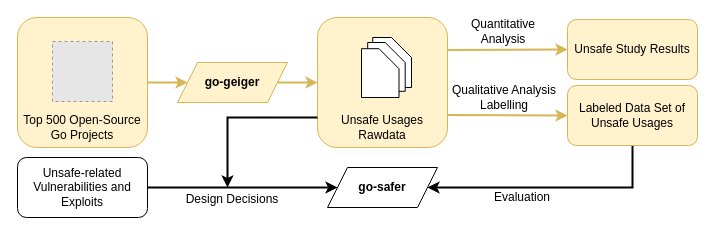
Before: thesis/assets/figures/chapter4/outline4.drawio in jlauinger/master-of-science, a draw.io diagram. Source tidied: cells renumbered, new cells numbered last; positions are measured from the earlier drawing's top-left corner, leaving out a move shared by most shapes. Both pictures are drawn from the tidied source at 100%, with x=0, y=0 at pixel (17, 17). Pictures stored in the file or linked from it are replaced by grey dashed boxes.
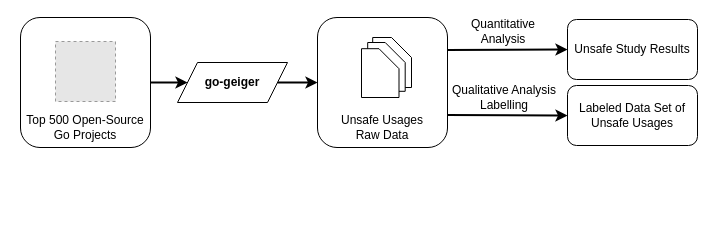
The same diagram, later.

Change to the diagram source:
```diff
@@
-    <mxCell id="2" style="edgeStyle=orthogonalEdgeStyle;rounded=0;jettySize=auto;html=1;exitX=1;exitY=0.5;exitDx=0;exitDy=0;entryX=0;entryY=0.5;entryDx=0;entryDy=0;strokeWidth=2;fillColor=#fff2cc;strokeColor=#d6b656;" parent="1" edge="1" source="3" target="11">
-      <mxGeometry relative="1" as="geometry" />
-    </mxCell>
+    <mxCell id="29" style="edgeStyle=orthogonalEdgeStyle;rounded=0;jettySize=auto;html=1;exitX=1;exitY=0.5;exitDx=0;exitDy=0;entryX=0;entryY=0.5;entryDx=0;entryDy=0;strokeWidth=2;" parent="1" edge="1" source="3" target="35">
+      <mxGeometry relative="1" as="geometry" />
+    </mxCell>
-    <mxCell id="3" value="&lt;b&gt;go-geiger&lt;/b&gt;" style="shape=parallelogram;perimeter=parallelogramPerimeter;whiteSpace=wrap;html=1;fixedSize=1;fillColor=#fff2cc;strokeColor=#d6b656;" parent="1" vertex="1">
+    <mxCell id="3" value="&lt;b&gt;go-geiger&lt;/b&gt;" style="shape=parallelogram;perimeter=parallelogramPerimeter;whiteSpace=wrap;html=1;fixedSize=1;" parent="1" vertex="1">
       <mxGeometry x="160" y="45" width="110" height="40" as="geometry" />
     </mxCell>
-    <mxCell id="4" value="&lt;b&gt;go-safer&lt;/b&gt;" style="shape=parallelogram;perimeter=parallelogramPerimeter;whiteSpace=wrap;html=1;fixedSize=1;" parent="1" vertex="1">
-      <mxGeometry x="310" y="150" width="110" height="40" as="geometry" />
-    </mxCell>
-    <mxCell id="5" style="edgeStyle=none;rounded=0;jettySize=auto;html=1;exitX=1;exitY=0.5;exitDx=0;exitDy=0;entryX=0;entryY=0.5;entryDx=0;entryDy=0;strokeWidth=2;" parent="1" edge="1" source="6" target="4">
-      <mxGeometry relative="1" as="geometry" />
-    </mxCell>
-    <mxCell id="6" value="Unsafe-related Vulnerabilities and Exploits" style="rounded=1;whiteSpace=wrap;html=1;" parent="1" vertex="1">
-      <mxGeometry y="140" width="130" height="60" as="geometry" />
-    </mxCell>
-    <mxCell id="7" style="edgeStyle=orthogonalEdgeStyle;rounded=0;jettySize=auto;html=1;exitX=0.5;exitY=1;exitDx=0;exitDy=0;entryX=1;entryY=0.5;entryDx=0;entryDy=0;strokeWidth=2;" parent="1" edge="1" source="8" target="4">
-      <mxGeometry relative="1" as="geometry">
-        <Array as="points">
-          <mxPoint x="615" y="170" />
-        </Array>
-      </mxGeometry>
-    </mxCell>
-    <mxCell id="8" value="Labeled Data Set of Unsafe Usages" style="rounded=1;whiteSpace=wrap;html=1;fillColor=#fff2cc;strokeColor=#d6b656;" parent="1" vertex="1">
+    <mxCell id="8" value="Labeled Data Set of Unsafe Usages" style="rounded=1;whiteSpace=wrap;html=1;" parent="1" vertex="1">
       <mxGeometry x="550" y="68" width="130" height="60" as="geometry" />
     </mxCell>
-    <mxCell id="9" value="Unsafe Study Results" style="rounded=1;whiteSpace=wrap;html=1;fillColor=#fff2cc;strokeColor=#d6b656;" parent="1" vertex="1">
+    <mxCell id="9" value="Unsafe Study Results" style="rounded=1;whiteSpace=wrap;html=1;" parent="1" vertex="1">
       <mxGeometry x="550" y="2" width="130" height="60" as="geometry" />
     </mxCell>
-    <mxCell id="10" style="group;" parent="1" vertex="1">
-      <mxGeometry x="300" width="130" height="130" as="geometry" />
-    </mxCell>
-    <mxCell id="11" style="rounded=1;whiteSpace=wrap;html=1;fillColor=#fff2cc;strokeColor=#d6b656;" parent="10" vertex="1">
-      <mxGeometry width="130" height="130" as="geometry" />
-    </mxCell>
-    <mxCell id="12" value="Unsafe Usages Rawdata" style="text;html=1;strokeColor=none;fillColor=none;align=center;verticalAlign=middle;whiteSpace=wrap;rounded=0;" parent="10" vertex="1">
-      <mxGeometry y="100" width="130" height="20" as="geometry" />
-    </mxCell>
-    <mxCell id="13" style="group;" parent="10" vertex="1">
-      <mxGeometry x="44" y="20" width="50" height="60" as="geometry" />
-    </mxCell>
+    <mxCell id="30" style="rounded=0;jettySize=auto;html=1;exitX=1;exitY=0.25;exitDx=0;exitDy=0;entryX=0;entryY=0.5;entryDx=0;entryDy=0;strokeWidth=2;" parent="1" edge="1" source="35" target="9">
+      <mxGeometry relative="1" as="geometry" />
+    </mxCell>
+    <mxCell id="31" style="edgeStyle=none;rounded=0;jettySize=auto;html=1;exitX=1;exitY=0.75;exitDx=0;exitDy=0;entryX=0;entryY=0.5;entryDx=0;entryDy=0;strokeWidth=2;" parent="1" edge="1" source="35" target="8">
+      <mxGeometry relative="1" as="geometry" />
+    </mxCell>
+    <mxCell id="19" value="Quantitative Analysis" style="text;html=1;strokeColor=none;fillColor=none;align=center;verticalAlign=middle;whiteSpace=wrap;rounded=0;" parent="1" vertex="1">
+      <mxGeometry x="466" y="4" width="40" height="20" as="geometry" />
+    </mxCell>
+    <mxCell id="20" value="Qualitative Analysis Labelling" style="text;html=1;strokeColor=none;fillColor=none;align=center;verticalAlign=middle;whiteSpace=wrap;rounded=0;" parent="1" vertex="1">
+      <mxGeometry x="432" y="70" width="110" height="20" as="geometry" />
+    </mxCell>
+    <mxCell id="32" style="group;rounded=0;" parent="1" vertex="1">
+      <mxGeometry x="3" width="130" height="130" as="geometry" />
+    </mxCell>
+    <mxCell id="33" style="rounded=1;whiteSpace=wrap;html=1;" parent="32" vertex="1">
+      <mxGeometry width="130" height="130" as="geometry" />
+    </mxCell>
+    <mxCell id="26" value="Top 500 Open-Source&lt;br&gt;Go Projects" style="text;html=1;strokeColor=none;fillColor=none;align=center;verticalAlign=middle;whiteSpace=wrap;rounded=0;" parent="32" vertex="1">
+      <mxGeometry y="100" width="130" height="20" as="geometry" />
+    </mxCell>
+    <mxCell id="27" style="fillColor=#E6E6E6;strokeColor=#999999;dashed=1;verticalLabelPosition=bottom;labelBackgroundColor=#ffffff;verticalAlign=top;" parent="32" vertex="1">
+      <mxGeometry x="35" y="24" width="60" height="60" as="geometry" />
+    </mxCell>
+    <mxCell id="34" style="edgeStyle=orthogonalEdgeStyle;rounded=0;jettySize=auto;html=1;exitX=1;exitY=0.5;exitDx=0;exitDy=0;entryX=0;entryY=0.5;entryDx=0;entryDy=0;strokeWidth=2;" parent="1" edge="1" source="33" target="3">
+      <mxGeometry relative="1" as="geometry" />
+    </mxCell>
+    <mxCell id="35" style="rounded=1;whiteSpace=wrap;html=1;" parent="1" vertex="1">
+      <mxGeometry x="300" width="130" height="130" as="geometry" />
+    </mxCell>
+    <mxCell id="36" value="Unsafe Usages &lt;br&gt;Raw Data" style="text;html=1;strokeColor=none;fillColor=none;align=center;verticalAlign=middle;whiteSpace=wrap;rounded=0;" parent="1" vertex="1">
+      <mxGeometry x="300" y="100" width="130" height="20" as="geometry" />
+    </mxCell>
+    <mxCell id="37" style="group;" parent="1" vertex="1">
+      <mxGeometry x="344" y="20" width="50" height="60" as="geometry" />
+    </mxCell>
-    <mxCell id="14" style="shape=card;whiteSpace=wrap;html=1;size=20;flipH=1;" parent="13" vertex="1">
+    <mxCell id="14" style="shape=card;whiteSpace=wrap;html=1;size=20;flipH=1;" parent="37" vertex="1">
       <mxGeometry x="11.2" width="38.8" height="50" as="geometry" />
     </mxCell>
-    <mxCell id="15" style="shape=card;whiteSpace=wrap;html=1;size=20;flipH=1;" parent="13" vertex="1">
+    <mxCell id="15" style="shape=card;whiteSpace=wrap;html=1;size=20;flipH=1;" parent="37" vertex="1">
       <mxGeometry x="6.2" y="5" width="37.5" height="48.8" as="geometry" />
     </mxCell>
-    <mxCell id="16" style="shape=card;whiteSpace=wrap;html=1;size=20;flipH=1;" parent="13" vertex="1">
+    <mxCell id="16" style="shape=card;whiteSpace=wrap;html=1;size=20;flipH=1;" parent="37" vertex="1">
       <mxGeometry y="11.2" width="37.5" height="48.8" as="geometry" />
     </mxCell>
-    <mxCell id="17" style="rounded=0;jettySize=auto;html=1;exitX=1;exitY=0.25;exitDx=0;exitDy=0;entryX=0;entryY=0.5;entryDx=0;entryDy=0;strokeWidth=2;fillColor=#fff2cc;strokeColor=#d6b656;" parent="1" edge="1" source="11" target="9">
-      <mxGeometry relative="1" as="geometry" />
-    </mxCell>
-    <mxCell id="18" style="edgeStyle=none;rounded=0;jettySize=auto;html=1;exitX=1;exitY=0.75;exitDx=0;exitDy=0;entryX=0;entryY=0.5;entryDx=0;entryDy=0;strokeWidth=2;fillColor=#fff2cc;strokeColor=#d6b656;" parent="1" edge="1" source="11" target="8">
-      <mxGeometry relative="1" as="geometry" />
-    </mxCell>
-    <mxCell id="19" value="Quantitative Analysis" style="text;html=1;strokeColor=none;fillColor=none;align=center;verticalAlign=middle;whiteSpace=wrap;rounded=0;" parent="1" vertex="1">
-      <mxGeometry x="466" y="4" width="40" height="20" as="geometry" />
-    </mxCell>
-    <mxCell id="20" value="Qualitative Analysis Labelling" style="text;html=1;strokeColor=none;fillColor=none;align=center;verticalAlign=middle;whiteSpace=wrap;rounded=0;" parent="1" vertex="1">
-      <mxGeometry x="432" y="70" width="110" height="20" as="geometry" />
-    </mxCell>
-    <mxCell id="21" style="edgeStyle=orthogonalEdgeStyle;rounded=0;jettySize=auto;html=1;exitX=0;exitY=0;exitDx=0;exitDy=0;strokeWidth=2;" parent="1" edge="1" source="12">
-      <mxGeometry relative="1" as="geometry">
-        <mxPoint x="210" y="170" as="targetPoint" />
-        <Array as="points">
-          <mxPoint x="210" y="100" />
-        </Array>
-      </mxGeometry>
-    </mxCell>
-    <mxCell id="22" value="Design Decisions" style="text;html=1;strokeColor=none;fillColor=none;align=center;verticalAlign=middle;whiteSpace=wrap;rounded=0;" parent="1" vertex="1">
-      <mxGeometry x="140" y="172" width="150" height="20" as="geometry" />
-    </mxCell>
-    <mxCell id="23" value="Evaluation" style="text;html=1;strokeColor=none;fillColor=none;align=center;verticalAlign=middle;whiteSpace=wrap;rounded=0;" parent="1" vertex="1">
-      <mxGeometry x="430" y="170" width="150" height="20" as="geometry" />
-    </mxCell>
-    <mxCell id="24" style="group;" parent="1" vertex="1">
-      <mxGeometry width="130" height="130" as="geometry" />
-    </mxCell>
-    <mxCell id="25" style="rounded=1;whiteSpace=wrap;html=1;fillColor=#fff2cc;strokeColor=#d6b656;" parent="24" vertex="1">
-      <mxGeometry width="130" height="130" as="geometry" />
-    </mxCell>
-    <mxCell id="26" value="Top 500 Open-Source&lt;br&gt;Go Projects" style="text;html=1;strokeColor=none;fillColor=none;align=center;verticalAlign=middle;whiteSpace=wrap;rounded=0;" parent="24" vertex="1">
-      <mxGeometry y="100" width="130" height="20" as="geometry" />
-    </mxCell>
-    <mxCell id="27" style="fillColor=#E6E6E6;strokeColor=#999999;dashed=1;verticalLabelPosition=bottom;labelBackgroundColor=#ffffff;verticalAlign=top;" parent="24" vertex="1">
-      <mxGeometry x="35" y="24" width="60" height="60" as="geometry" />
-    </mxCell>
-    <mxCell id="28" style="edgeStyle=orthogonalEdgeStyle;rounded=0;jettySize=auto;html=1;exitX=1;exitY=0.5;exitDx=0;exitDy=0;entryX=0;entryY=0.5;entryDx=0;entryDy=0;strokeWidth=2;fillColor=#fff2cc;strokeColor=#d6b656;" parent="1" edge="1" source="25" target="3">
-      <mxGeometry relative="1" as="geometry" />
-    </mxCell>
```
